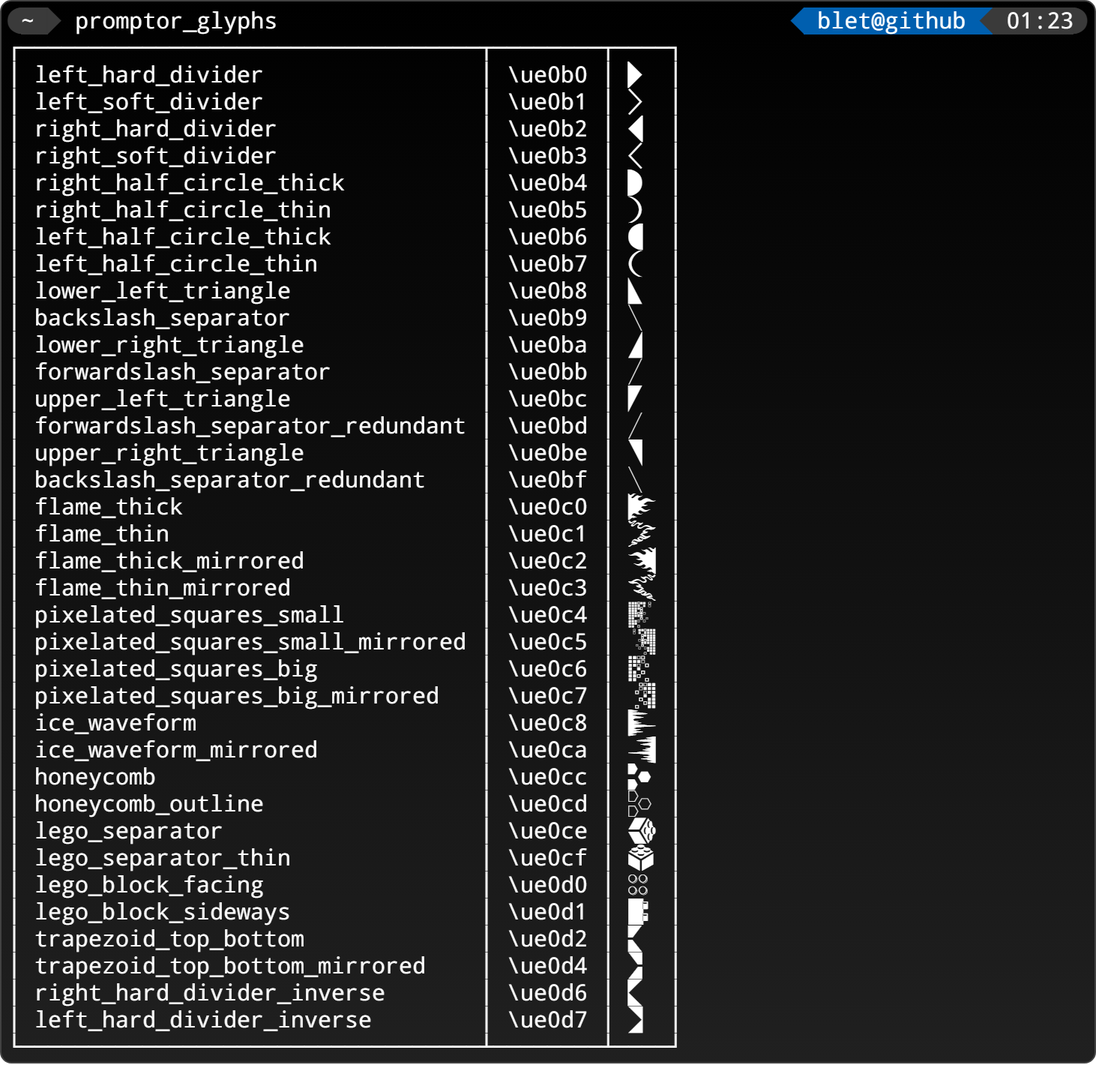
MickaelBlet/Promptor keeps this draw.io diagram as images/glyphs.drawio.png. Above is the earlier version. Source tidied: cells renumbered, new cells last; positions are measured from the earlier drawing's top-left corner, leaving out a move shared by most shapes.
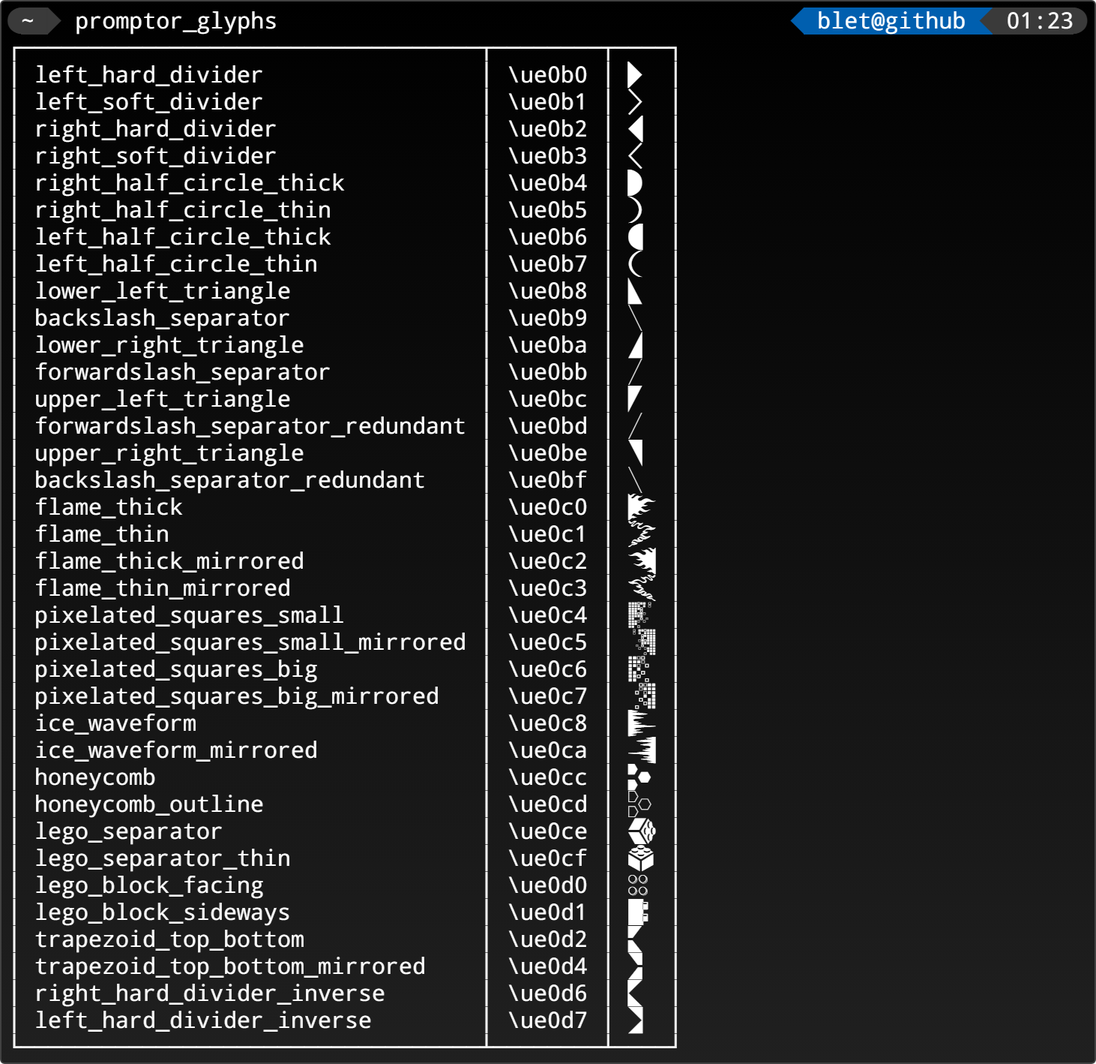
Above is the later version.

Diff of the diagram source:
```diff
@@ -2,11 +2,11 @@
   <root>
     <mxCell id="0" />
     <mxCell id="1" parent="0" />
-    <mxCell id="2" style="rounded=1;whiteSpace=wrap;html=1;arcSize=1;fillColor=#000000;strokeColor=#424242;gradientColor=#202020;" parent="1" vertex="1">
+    <mxCell id="2" style="rounded=1;whiteSpace=wrap;html=1;arcSize=5;fillColor=#000000;strokeColor=#424242;gradientColor=#202020;absoluteArcSize=1;" parent="1" vertex="1">
       <mxGeometry width="730" height="708" as="geometry" />
     </mxCell>
     <mxCell id="3" value="&lt;div&gt;&lt;span style=&quot;color: rgb(58 , 58 , 58)&quot;&gt;&lt;/span&gt;&lt;span style=&quot;background-color: rgb(58 , 58 , 58) ; color: rgb(255 , 255 , 255)&quot;&gt;~ &lt;/span&gt;&lt;span style=&quot;color: rgb(58 , 58 , 58)&quot;&gt;&lt;/span&gt;&lt;span&gt; &lt;/span&gt;&lt;font color=&quot;#ffffff&quot;&gt;promptor_glyphs&lt;/font&gt;&lt;font color=&quot;#ffffff&quot;&gt;&amp;nbsp; &amp;nbsp; &amp;nbsp; &amp;nbsp; &amp;nbsp; &amp;nbsp; &amp;nbsp; &amp;nbsp; &amp;nbsp; &amp;nbsp; &amp;nbsp; &amp;nbsp; &amp;nbsp; &amp;nbsp; &amp;nbsp; &amp;nbsp; &amp;nbsp; &amp;nbsp; &amp;nbsp;&amp;nbsp;&lt;/font&gt;&lt;span style=&quot;color: rgb(0 , 95 , 175)&quot;&gt;&lt;/span&gt;&lt;span style=&quot;background-color: rgb(0 , 95 , 175) ; color: rgb(255 , 255 , 255)&quot;&gt; blet@github &lt;/span&gt;&lt;span style=&quot;background-color: rgb(0 , 95 , 175) ; color: rgb(58 , 58 , 58)&quot;&gt;&lt;/span&gt;&lt;span style=&quot;background-color: rgb(58 , 58 , 58) ; color: rgb(255 , 255 , 255)&quot;&gt;&amp;nbsp;01:23&lt;/span&gt;&lt;span style=&quot;color: rgb(58 , 58 , 58)&quot;&gt;&lt;/span&gt;&lt;/div&gt;&lt;div&gt;&lt;font color=&quot;#ffffff&quot;&gt;┌──────────────────────────────────┬────────┬────┐&lt;/font&gt;&lt;/div&gt;&lt;div&gt;&lt;font color=&quot;#ffffff&quot;&gt;│ left_hard_divider&amp;nbsp; &amp;nbsp; &amp;nbsp; &amp;nbsp; &amp;nbsp; &amp;nbsp; &amp;nbsp; &amp;nbsp; │ \ue0b0 │ &amp;nbsp; │&lt;/font&gt;&lt;/div&gt;&lt;div&gt;&lt;font color=&quot;#ffffff&quot;&gt;│ left_soft_divider&amp;nbsp; &amp;nbsp; &amp;nbsp; &amp;nbsp; &amp;nbsp; &amp;nbsp; &amp;nbsp; &amp;nbsp; │ \ue0b1 │ &amp;nbsp; │&lt;/font&gt;&lt;/div&gt;&lt;div&gt;&lt;font color=&quot;#ffffff&quot;&gt;│ right_hard_divider&amp;nbsp; &amp;nbsp; &amp;nbsp; &amp;nbsp; &amp;nbsp; &amp;nbsp; &amp;nbsp; &amp;nbsp;│ \ue0b2 │ &amp;nbsp; │&lt;/font&gt;&lt;/div&gt;&lt;div&gt;&lt;font color=&quot;#ffffff&quot;&gt;│ right_soft_divider&amp;nbsp; &amp;nbsp; &amp;nbsp; &amp;nbsp; &amp;nbsp; &amp;nbsp; &amp;nbsp; &amp;nbsp;│ \ue0b3 │ &amp;nbsp; │&lt;/font&gt;&lt;/div&gt;&lt;div&gt;&lt;font color=&quot;#ffffff&quot;&gt;│ right_half_circle_thick&amp;nbsp; &amp;nbsp; &amp;nbsp; &amp;nbsp; &amp;nbsp; │ \ue0b4 │ &amp;nbsp; │&lt;/font&gt;&lt;/div&gt;&lt;div&gt;&lt;font color=&quot;#ffffff&quot;&gt;│ right_half_circle_thin&amp;nbsp; &amp;nbsp; &amp;nbsp; &amp;nbsp; &amp;nbsp; &amp;nbsp;│ \ue0b5 │ &amp;nbsp; │&lt;/font&gt;&lt;/div&gt;&lt;div&gt;&lt;font color=&quot;#ffffff&quot;&gt;│ left_half_circle_thick&amp;nbsp; &amp;nbsp; &amp;nbsp; &amp;nbsp; &amp;nbsp; &amp;nbsp;│ \ue0b6 │ &amp;nbsp; │&lt;/font&gt;&lt;/div&gt;&lt;div&gt;&lt;font color=&quot;#ffffff&quot;&gt;│ left_half_circle_thin&amp;nbsp; &amp;nbsp; &amp;nbsp; &amp;nbsp; &amp;nbsp; &amp;nbsp; │ \ue0b7 │ &amp;nbsp; │&lt;/font&gt;&lt;/div&gt;&lt;div&gt;&lt;font color=&quot;#ffffff&quot;&gt;│ lower_left_triangle&amp;nbsp; &amp;nbsp; &amp;nbsp; &amp;nbsp; &amp;nbsp; &amp;nbsp; &amp;nbsp; │ \ue0b8 │ &amp;nbsp; │&lt;/font&gt;&lt;/div&gt;&lt;div&gt;&lt;font color=&quot;#ffffff&quot;&gt;│ backslash_separator&amp;nbsp; &amp;nbsp; &amp;nbsp; &amp;nbsp; &amp;nbsp; &amp;nbsp; &amp;nbsp; │ \ue0b9 │ &amp;nbsp; │&lt;/font&gt;&lt;/div&gt;&lt;div&gt;&lt;font color=&quot;#ffffff&quot;&gt;│ lower_right_triangle&amp;nbsp; &amp;nbsp; &amp;nbsp; &amp;nbsp; &amp;nbsp; &amp;nbsp; &amp;nbsp;│ \ue0ba │ &amp;nbsp; │&lt;/font&gt;&lt;/div&gt;&lt;div&gt;&lt;font color=&quot;#ffffff&quot;&gt;│ forwardslash_separator&amp;nbsp; &amp;nbsp; &amp;nbsp; &amp;nbsp; &amp;nbsp; &amp;nbsp;│ \ue0bb │ &amp;nbsp; │&lt;/font&gt;&lt;/div&gt;&lt;div&gt;&lt;font color=&quot;#ffffff&quot;&gt;│ upper_left_triangle&amp;nbsp; &amp;nbsp; &amp;nbsp; &amp;nbsp; &amp;nbsp; &amp;nbsp; &amp;nbsp; │ \ue0bc │ &amp;nbsp; │&lt;/font&gt;&lt;/div&gt;&lt;div&gt;&lt;font color=&quot;#ffffff&quot;&gt;│ forwardslash_separator_redundant │ \ue0bd │ &amp;nbsp; │&lt;/font&gt;&lt;/div&gt;&lt;div&gt;&lt;font color=&quot;#ffffff&quot;&gt;│ upper_right_triangle&amp;nbsp; &amp;nbsp; &amp;nbsp; &amp;nbsp; &amp;nbsp; &amp;nbsp; &amp;nbsp;│ \ue0be │ &amp;nbsp; │&lt;/font&gt;&lt;/div&gt;&lt;div&gt;&lt;font color=&quot;#ffffff&quot;&gt;│ backslash_separator_redundant&amp;nbsp; &amp;nbsp; │ \ue0bf │ &amp;nbsp; │&lt;/font&gt;&lt;/div&gt;&lt;div&gt;&lt;font color=&quot;#ffffff&quot;&gt;│ flame_thick&amp;nbsp; &amp;nbsp; &amp;nbsp; &amp;nbsp; &amp;nbsp; &amp;nbsp; &amp;nbsp; &amp;nbsp; &amp;nbsp; &amp;nbsp; &amp;nbsp; │ \ue0c0 │ &amp;nbsp; │&lt;/font&gt;&lt;/div&gt;&lt;div&gt;&lt;font color=&quot;#ffffff&quot;&gt;│ flame_thin&amp;nbsp; &amp;nbsp; &amp;nbsp; &amp;nbsp; &amp;nbsp; &amp;nbsp; &amp;nbsp; &amp;nbsp; &amp;nbsp; &amp;nbsp; &amp;nbsp; &amp;nbsp;│ \ue0c1 │ &amp;nbsp; │&lt;/font&gt;&lt;/div&gt;&lt;div&gt;&lt;font color=&quot;#ffffff&quot;&gt;│ flame_thick_mirrored&amp;nbsp; &amp;nbsp; &amp;nbsp; &amp;nbsp; &amp;nbsp; &amp;nbsp; &amp;nbsp;│ \ue0c2 │ &amp;nbsp; │&lt;/font&gt;&lt;/div&gt;&lt;div&gt;&lt;font color=&quot;#ffffff&quot;&gt;│ flame_thin_mirrored&amp;nbsp; &amp;nbsp; &amp;nbsp; &amp;nbsp; &amp;nbsp; &amp;nbsp; &amp;nbsp; │ \ue0c3 │ &amp;nbsp; │&lt;/font&gt;&lt;/div&gt;&lt;div&gt;&lt;font color=&quot;#ffffff&quot;&gt;│ pixelated_squares_small&amp;nbsp; &amp;nbsp; &amp;nbsp; &amp;nbsp; &amp;nbsp; │ \ue0c4 │ &amp;nbsp; │&lt;/font&gt;&lt;/div&gt;&lt;div&gt;&lt;font color=&quot;#ffffff&quot;&gt;│ pixelated_squares_small_mirrored │ \ue0c5 │ &amp;nbsp; │&lt;/font&gt;&lt;/div&gt;&lt;div&gt;&lt;font color=&quot;#ffffff&quot;&gt;│ pixelated_squares_big&amp;nbsp; &amp;nbsp; &amp;nbsp; &amp;nbsp; &amp;nbsp; &amp;nbsp; │ \ue0c6 │ &amp;nbsp; │&lt;/font&gt;&lt;/div&gt;&lt;div&gt;&lt;font color=&quot;#ffffff&quot;&gt;│ pixelated_squares_big_mirrored&amp;nbsp; &amp;nbsp;│ \ue0c7 │ &amp;nbsp; │&lt;/font&gt;&lt;/div&gt;&lt;div&gt;&lt;font color=&quot;#ffffff&quot;&gt;│ ice_waveform&amp;nbsp; &amp;nbsp; &amp;nbsp; &amp;nbsp; &amp;nbsp; &amp;nbsp; &amp;nbsp; &amp;nbsp; &amp;nbsp; &amp;nbsp; &amp;nbsp;│ \ue0c8 │ &amp;nbsp; │&lt;/font&gt;&lt;/div&gt;&lt;div&gt;&lt;font color=&quot;#ffffff&quot;&gt;│ ice_waveform_mirrored&amp;nbsp; &amp;nbsp; &amp;nbsp; &amp;nbsp; &amp;nbsp; &amp;nbsp; │ \ue0ca │ &amp;nbsp; │&lt;/font&gt;&lt;/div&gt;&lt;div&gt;&lt;font color=&quot;#ffffff&quot;&gt;│ honeycomb&amp;nbsp; &amp;nbsp; &amp;nbsp; &amp;nbsp; &amp;nbsp; &amp;nbsp; &amp;nbsp; &amp;nbsp; &amp;nbsp; &amp;nbsp; &amp;nbsp; &amp;nbsp; │ \ue0cc │ &amp;nbsp; │&lt;/font&gt;&lt;/div&gt;&lt;div&gt;&lt;font color=&quot;#ffffff&quot;&gt;│ honeycomb_outline&amp;nbsp; &amp;nbsp; &amp;nbsp; &amp;nbsp; &amp;nbsp; &amp;nbsp; &amp;nbsp; &amp;nbsp; │ \ue0cd │ &amp;nbsp; │&lt;/font&gt;&lt;/div&gt;&lt;div&gt;&lt;font color=&quot;#ffffff&quot;&gt;│ lego_separator&amp;nbsp; &amp;nbsp; &amp;nbsp; &amp;nbsp; &amp;nbsp; &amp;nbsp; &amp;nbsp; &amp;nbsp; &amp;nbsp; &amp;nbsp;│ \ue0ce │ &amp;nbsp; │&lt;/font&gt;&lt;/div&gt;&lt;div&gt;&lt;font color=&quot;#ffffff&quot;&gt;│ lego_separator_thin&amp;nbsp; &amp;nbsp; &amp;nbsp; &amp;nbsp; &amp;nbsp; &amp;nbsp; &amp;nbsp; │ \ue0cf │ &amp;nbsp; │&lt;/font&gt;&lt;/div&gt;&lt;div&gt;&lt;font color=&quot;#ffffff&quot;&gt;│ lego_block_facing&amp;nbsp; &amp;nbsp; &amp;nbsp; &amp;nbsp; &amp;nbsp; &amp;nbsp; &amp;nbsp; &amp;nbsp; │ \ue0d0 │ &amp;nbsp; │&lt;/font&gt;&lt;/div&gt;&lt;div&gt;&lt;font color=&quot;#ffffff&quot;&gt;│ lego_block_sideways&amp;nbsp; &amp;nbsp; &amp;nbsp; &amp;nbsp; &amp;nbsp; &amp;nbsp; &amp;nbsp; │ \ue0d1 │ &amp;nbsp; │&lt;/font&gt;&lt;/div&gt;&lt;div&gt;&lt;font color=&quot;#ffffff&quot;&gt;│ trapezoid_top_bottom&amp;nbsp; &amp;nbsp; &amp;nbsp; &amp;nbsp; &amp;nbsp; &amp;nbsp; &amp;nbsp;│ \ue0d2 │ &amp;nbsp; │&lt;/font&gt;&lt;/div&gt;&lt;div&gt;&lt;font color=&quot;#ffffff&quot;&gt;│ trapezoid_top_bottom_mirrored&amp;nbsp; &amp;nbsp; │ \ue0d4 │ &amp;nbsp; │&lt;/font&gt;&lt;/div&gt;&lt;div&gt;&lt;font color=&quot;#ffffff&quot;&gt;│ right_hard_divider_inverse&amp;nbsp; &amp;nbsp; &amp;nbsp; &amp;nbsp;│ \ue0d6 │ &amp;nbsp; │&lt;/font&gt;&lt;/div&gt;&lt;div&gt;&lt;font color=&quot;#ffffff&quot;&gt;│ left_hard_divider_inverse&amp;nbsp; &amp;nbsp; &amp;nbsp; &amp;nbsp; │ \ue0d7 │ &amp;nbsp; │&lt;/font&gt;&lt;/div&gt;&lt;div&gt;&lt;font color=&quot;#ffffff&quot;&gt;└──────────────────────────────────┴────────┴────┘&lt;/font&gt;&lt;/div&gt;" style="text;html=1;align=left;verticalAlign=bottom;rounded=0;fontFamily=DroidSansM Nerd Font;fontSize=15;fillColor=none;arcSize=0;spacing=0;" parent="1" vertex="1">
-      <mxGeometry x="5" y="5" width="720" height="702" as="geometry" />
+      <mxGeometry x="5" y="5" width="718" height="702" as="geometry" />
     </mxCell>
   </root>
 </mxGraphModel>
```
